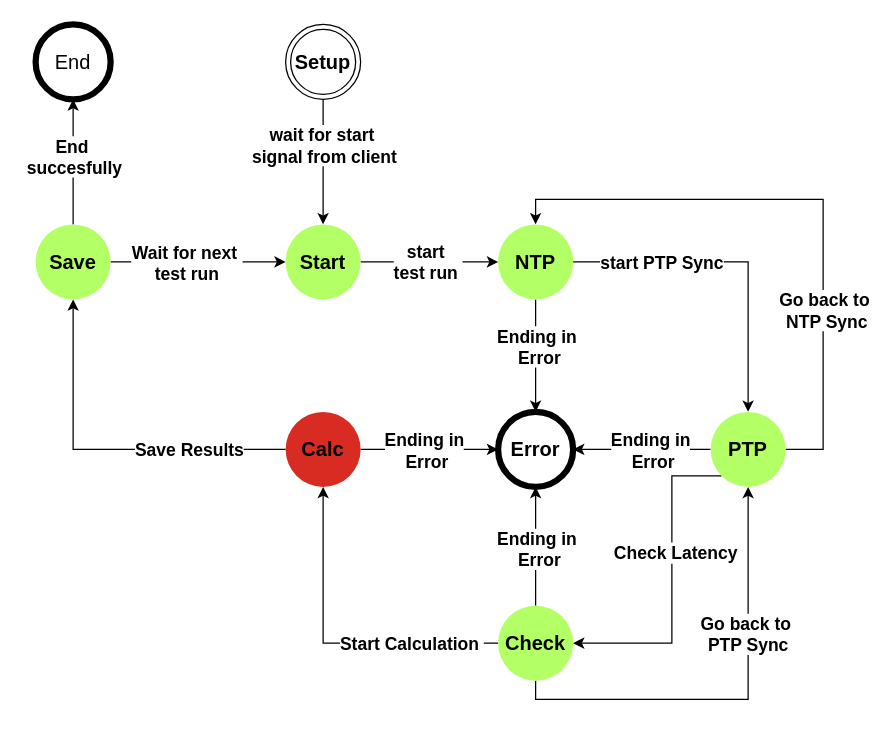
Earlier version of the draw.io diagram thesis/drawio/Zustandsautomat.drawio (studhascja/Masterthesis). Source tidied: cells renumbered, new cells numbered last; positions are measured from the earlier drawing's top-left corner, leaving out a move shared by most shapes. Both pictures are drawn from the tidied source at 125%, with x=0, y=0 at pixel (35, 24).
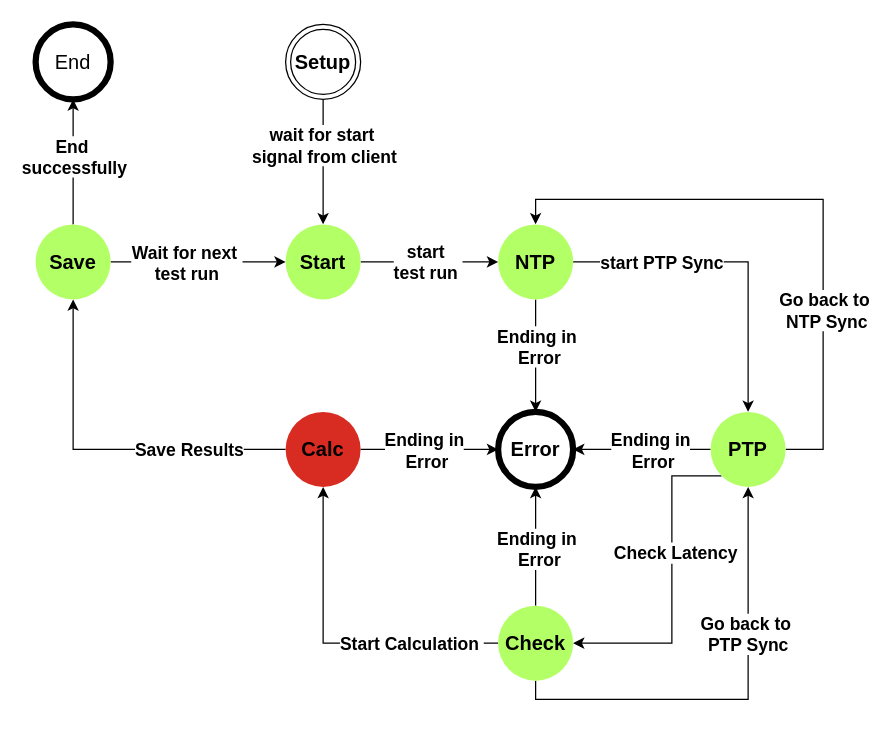
Above is the later version.

The change refers to these unchanged cells:
```xml
<mxCell id="32" style="edgeStyle=orthogonalEdgeStyle;rounded=0;jettySize=auto;html=1;fontStyle=1;fontSize=14;" parent="1" edge="1" source="36">
  <mxGeometry relative="1" as="geometry">
    <mxPoint x="30" y="60" as="targetPoint" />
  </mxGeometry>
</mxCell>
```

Diff of the diagram source:
```diff
@@
-    <mxCell id="33" value="End&amp;nbsp;&lt;div&gt;succesfully&lt;/div&gt;" style="edgeLabel;html=1;align=center;verticalAlign=middle;fontStyle=1;fontSize=14;" parent="32" vertex="1">
+    <mxCell id="33" value="End&amp;nbsp;&lt;div&gt;successfully&lt;/div&gt;" style="edgeLabel;html=1;align=center;verticalAlign=middle;fontStyle=1;fontSize=14;" parent="32" vertex="1">
       <mxGeometry x="0.09" relative="1" as="geometry" />
     </mxCell>
```
